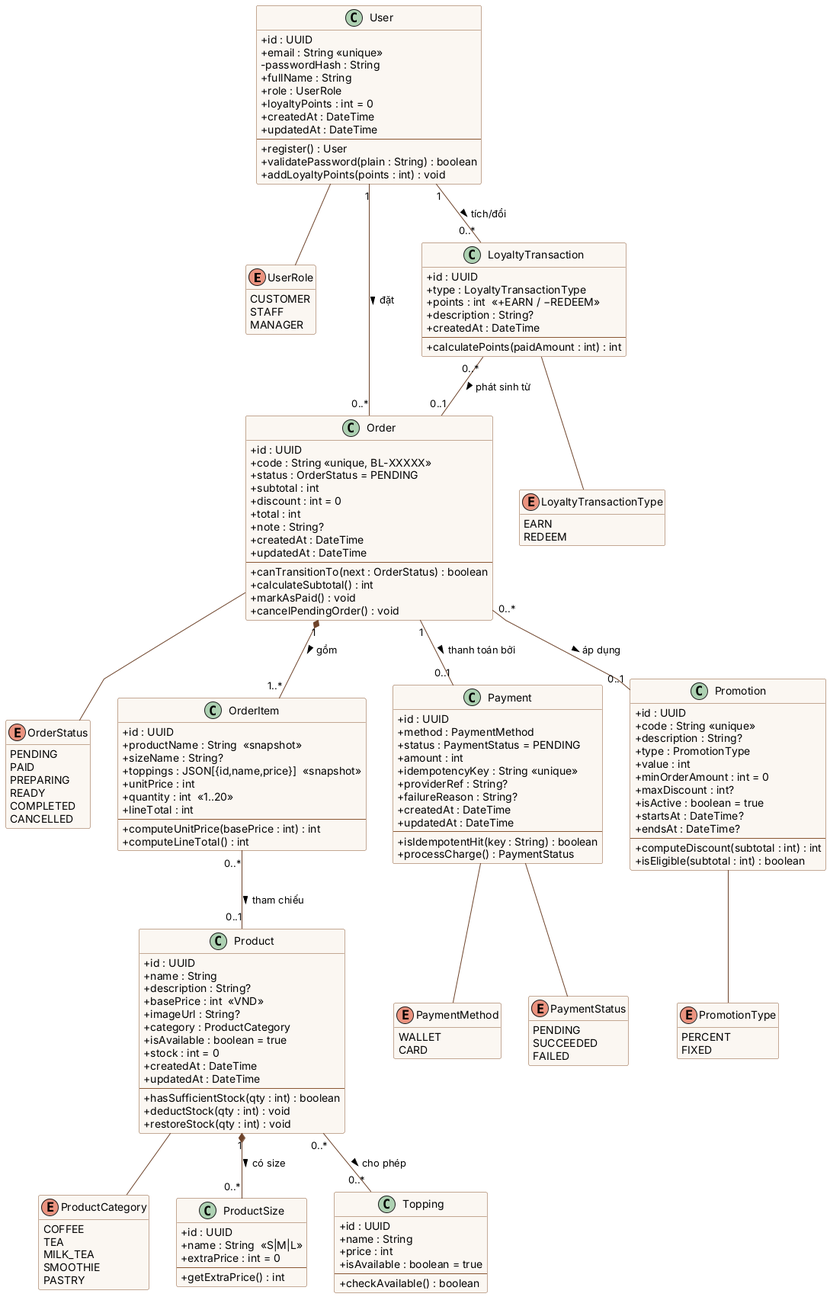
The PlantUML diagram docs/diagrams/class-domain.png in LHTCoder/brewlite, before a commit. Source of this version:
```plantuml
@startuml class-domain
skinparam classAttributeIconSize 0
skinparam linetype polyline
skinparam class {
  BackgroundColor #FBF7F2
  BorderColor #8A5733
  ArrowColor #6E432A
}
skinparam enum {
  BackgroundColor #F3E9DC
}
hide empty methods

enum UserRole {
  CUSTOMER
  STAFF
  MANAGER
}
enum ProductCategory {
  COFFEE
  TEA
  MILK_TEA
  SMOOTHIE
  PASTRY
}
enum OrderStatus {
  PENDING
  PAID
  PREPARING
  READY
  COMPLETED
  CANCELLED
}
enum PaymentMethod {
  WALLET
  CARD
}
enum PaymentStatus {
  PENDING
  SUCCEEDED
  FAILED
}
enum PromotionType {
  PERCENT
  FIXED
}
enum LoyaltyTransactionType {
  EARN
  REDEEM
}

class User {
  +id : UUID
  +email : String <<unique>>
  -passwordHash : String
  +fullName : String
  +role : UserRole
  +loyaltyPoints : int = 0
  +createdAt : DateTime
  +updatedAt : DateTime
  --
  +register() : User
  +validatePassword(plain : String) : boolean
  +addLoyaltyPoints(points : int) : void
}

class Product {
  +id : UUID
  +name : String
  +description : String?
  +basePrice : int  <<VND>>
  +imageUrl : String?
  +category : ProductCategory
  +isAvailable : boolean = true
  +stock : int = 0
  +createdAt : DateTime
  +updatedAt : DateTime
  --
  +hasSufficientStock(qty : int) : boolean
  +deductStock(qty : int) : void
  +restoreStock(qty : int) : void
}

class ProductSize {
  +id : UUID
  +name : String  <<S|M|L>>
  +extraPrice : int = 0
  --
  +getExtraPrice() : int
}

class Topping {
  +id : UUID
  +name : String
  +price : int
  +isAvailable : boolean = true
  --
  +checkAvailable() : boolean
}

class Order {
  +id : UUID
  +code : String <<unique, BL-XXXXX>>
  +status : OrderStatus = PENDING
  +subtotal : int
  +discount : int = 0
  +total : int
  +note : String?
  +createdAt : DateTime
  +updatedAt : DateTime
  --
  +canTransitionTo(next : OrderStatus) : boolean
  +calculateSubtotal() : int
  +markAsPaid() : void
  +cancelPendingOrder() : void
}

class OrderItem {
  +id : UUID
  +productName : String  <<snapshot>>
  +sizeName : String?
  +toppings : JSON[{id,name,price}]  <<snapshot>>
  +unitPrice : int
  +quantity : int  <<1..20>>
  +lineTotal : int
  --
  +computeUnitPrice(basePrice : int) : int
  +computeLineTotal() : int
}

class Payment {
  +id : UUID
  +method : PaymentMethod
  +status : PaymentStatus = PENDING
  +amount : int
  +idempotencyKey : String <<unique>>
  +providerRef : String?
  +failureReason : String?
  +createdAt : DateTime
  +updatedAt : DateTime
  --
  +isIdempotentHit(key : String) : boolean
  +processCharge() : PaymentStatus
}

class Promotion {
  +id : UUID
  +code : String <<unique>>
  +description : String?
  +type : PromotionType
  +value : int
  +minOrderAmount : int = 0
  +maxDiscount : int?
  +isActive : boolean = true
  +startsAt : DateTime?
  +endsAt : DateTime?
  --
  +computeDiscount(subtotal : int) : int
  +isEligible(subtotal : int) : boolean
}

class LoyaltyTransaction {
  +id : UUID
  +type : LoyaltyTransactionType
  +points : int  <<+EARN / −REDEEM>>
  +description : String?
  +createdAt : DateTime
  --
  +calculatePoints(paidAmount : int) : int
}

User "1" -- "0..*" Order : đặt >
User "1" -- "0..*" LoyaltyTransaction : tích/đổi >
Order "1" *-- "1..*" OrderItem : gồm >
Order "1" -- "0..1" Payment : thanh toán bởi >
Order "0..*" -- "0..1" Promotion : áp dụng >
OrderItem "0..*" -- "0..1" Product : tham chiếu >
Product "1" *-- "0..*" ProductSize : có size >
Product "0..*" -- "0..*" Topping : cho phép >
LoyaltyTransaction "0..*" -- "0..1" Order : phát sinh từ >

User -- UserRole
Product -- ProductCategory
Order -- OrderStatus
Payment -- PaymentMethod
Payment -- PaymentStatus
Promotion -- PromotionType
LoyaltyTransaction -- LoyaltyTransactionType

@enduml
```
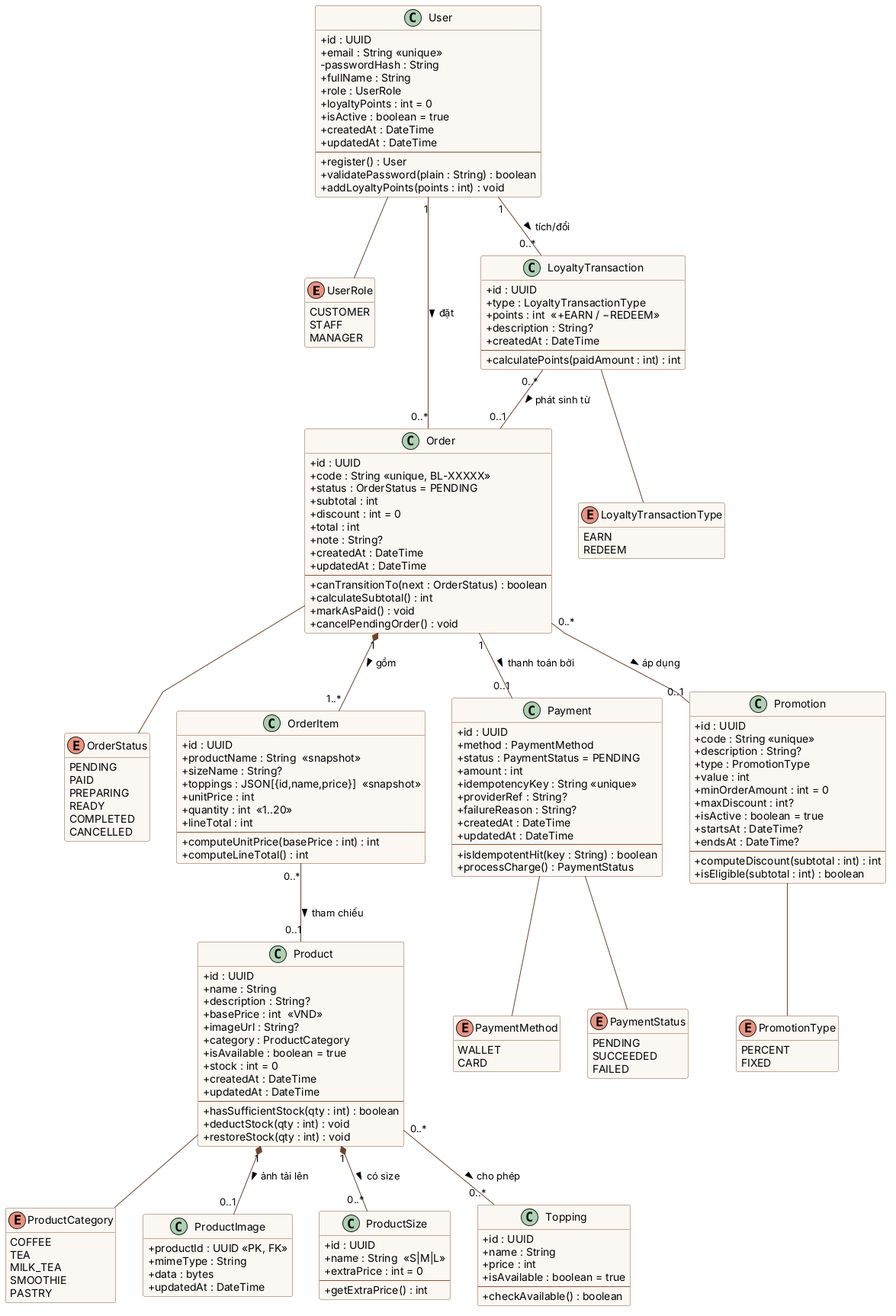
The same diagram one commit later.

The edit, as a diff of the source:
```diff
@@ -56,6 +56,7 @@
   +fullName : String
   +role : UserRole
   +loyaltyPoints : int = 0
+  +isActive : boolean = true
   +createdAt : DateTime
   +updatedAt : DateTime
   --
@@ -79,6 +80,13 @@
   +hasSufficientStock(qty : int) : boolean
   +deductStock(qty : int) : void
   +restoreStock(qty : int) : void
+}
+
+class ProductImage {
+  +productId : UUID <<PK, FK>>
+  +mimeType : String
+  +data : bytes
+  +updatedAt : DateTime
 }
 
 class ProductSize {
@@ -176,6 +184,7 @@
 Order "0..*" -- "0..1" Promotion : áp dụng >
 OrderItem "0..*" -- "0..1" Product : tham chiếu >
 Product "1" *-- "0..*" ProductSize : có size >
+Product "1" *-- "0..1" ProductImage : ảnh tải lên >
 Product "0..*" -- "0..*" Topping : cho phép >
 LoyaltyTransaction "0..*" -- "0..1" Order : phát sinh từ >
 
```
